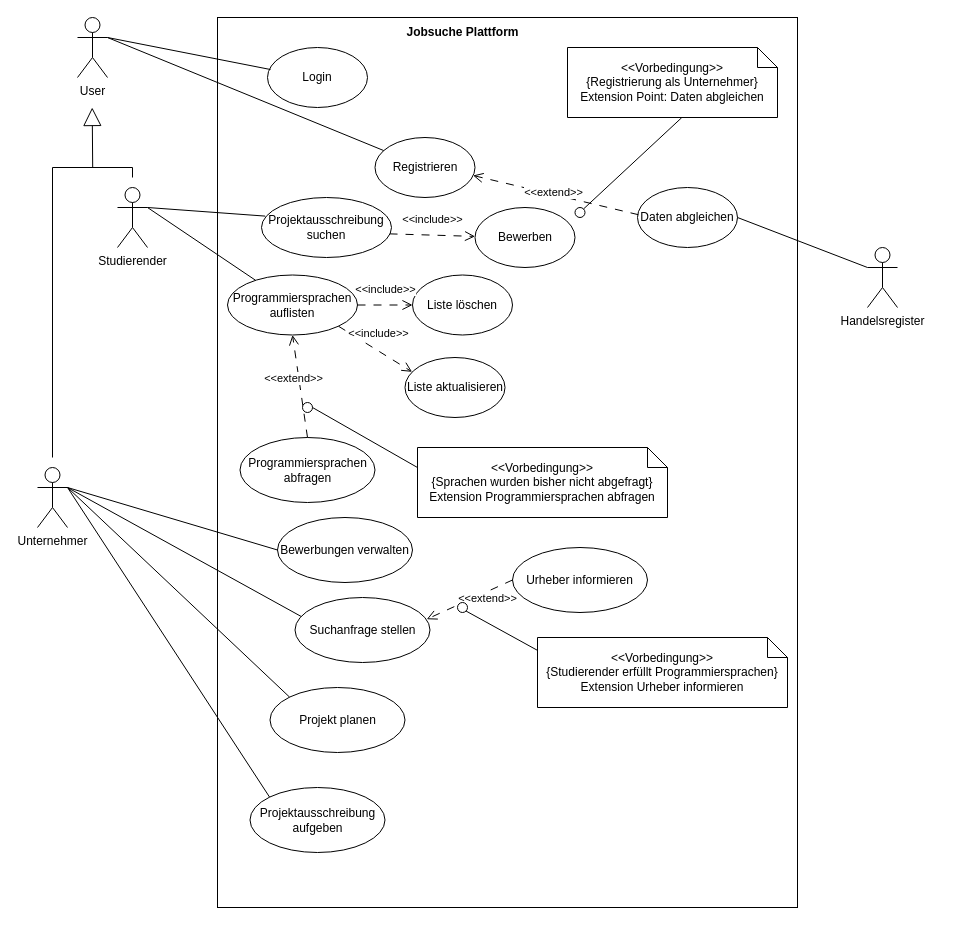
Earlier version of the draw.io diagram Uebung5/Use-Case_Martin.drawio (Software-Engineering-Team-HBRS/uebungsaufgaben). Source tidied: cells renumbered, new cells numbered last; positions are measured from the earlier drawing's top-left corner, leaving out a move shared by most shapes. Both pictures are drawn from the tidied source at 100%, with x=0, y=0 at pixel (37, 17).
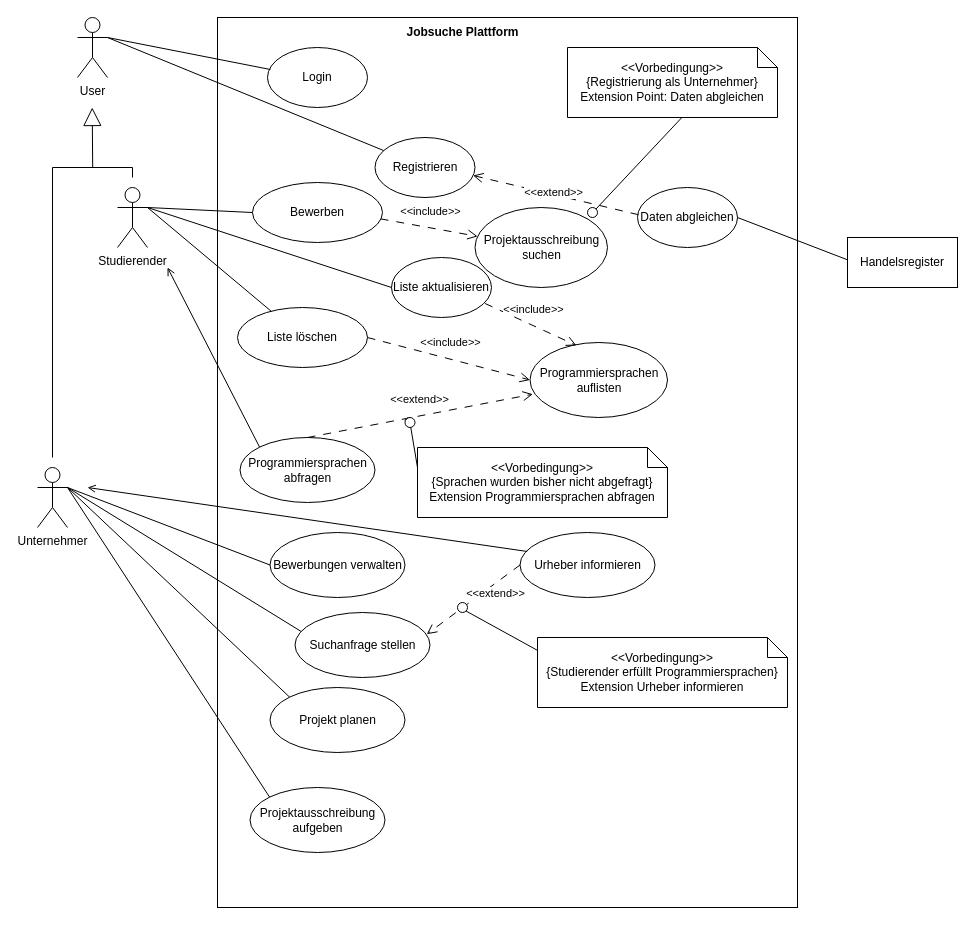
The same diagram, later.

Unchanged cells that the change refers to:
```xml
<mxCell id="4" value="Studierender" style="shape=umlActor;verticalLabelPosition=bottom;verticalAlign=top;html=1;outlineConnect=0;" parent="1" vertex="1">
  <mxGeometry x="80" y="170" width="30" height="60" as="geometry" />
</mxCell>
<mxCell id="13" value="Daten abgleichen" style="ellipse;whiteSpace=wrap;html=1;" parent="1" vertex="1">
  <mxGeometry x="600" y="170" width="100" height="60" as="geometry" />
</mxCell>
<mxCell id="21" value="Programmiersprachen abfragen" style="ellipse;whiteSpace=wrap;html=1;" parent="1" vertex="1">
  <mxGeometry x="202.5" y="420" width="135" height="65" as="geometry" />
</mxCell>
<mxCell id="23" value="&amp;lt;&amp;lt;Vorbedingung&amp;gt;&amp;gt;&lt;div&gt;{Sprachen wurden bisher nicht abgefragt}&lt;/div&gt;&lt;div&gt;Extension&amp;nbsp;&lt;span style=&quot;background-color: transparent; color: light-dark(rgb(0, 0, 0), rgb(255, 255, 255));&quot;&gt;Programmiersprachen abfragen&lt;/span&gt;&lt;/div&gt;" style="shape=note;size=20;whiteSpace=wrap;html=1;" parent="1" vertex="1">
  <mxGeometry x="380" y="430" width="250" height="70" as="geometry" />
</mxCell>
```

The edit, as a diff of the source:
```diff
@@
     <mxCell id="16" style="ellipse;whiteSpace=wrap;html=1;" parent="1" vertex="1">
-      <mxGeometry x="537.5" y="190" width="10" height="10" as="geometry" />
+      <mxGeometry x="550" y="190" width="10" height="10" as="geometry" />
     </mxCell>
-    <mxCell id="17" value="Handelsregister" style="shape=umlActor;verticalLabelPosition=bottom;verticalAlign=top;html=1;outlineConnect=0;" parent="1" vertex="1">
-      <mxGeometry x="830" y="230" width="30" height="60" as="geometry" />
-    </mxCell>
-    <mxCell id="18" style="endArrow=none;html=1;rounded=0;entryX=0;entryY=0.3333333333333333;entryDx=0;entryDy=0;entryPerimeter=0;exitX=1;exitY=0.5;exitDx=0;exitDy=0;" parent="1" edge="1" source="13" target="17">
-      <mxGeometry relative="1" as="geometry" />
+    <mxCell id="18" style="endArrow=none;html=1;rounded=0;entryX=0;entryY=0.3333333333333333;entryDx=0;entryDy=0;entryPerimeter=0;exitX=1;exitY=0.5;exitDx=0;exitDy=0;" parent="1" edge="1" source="13">
+      <mxGeometry relative="1" as="geometry">
+        <mxPoint x="830" y="250" as="targetPoint" />
+      </mxGeometry>
     </mxCell>
-    <mxCell id="19" value="Programmiersprachen auflisten" style="ellipse;whiteSpace=wrap;html=1;" parent="1" vertex="1">
-      <mxGeometry x="190" y="257.5" width="130" height="60" as="geometry" />
+    <mxCell id="19" value="Liste löschen" style="ellipse;whiteSpace=wrap;html=1;" parent="1" vertex="1">
+      <mxGeometry x="200" y="290" width="130" height="60" as="geometry" />
     </mxCell>
@@
-    <mxCell id="22" value="&amp;lt;&amp;lt;extend&amp;gt;&amp;gt;" style="html=1;verticalAlign=bottom;endArrow=open;dashed=1;endSize=8;curved=0;rounded=0;dashPattern=8 8;exitX=0.5;exitY=0;exitDx=0;exitDy=0;entryX=0.5;entryY=1;entryDx=0;entryDy=0;" parent="1" edge="1" source="21" target="19">
+    <mxCell id="22" value="&amp;lt;&amp;lt;extend&amp;gt;&amp;gt;" style="html=1;verticalAlign=bottom;endArrow=open;dashed=1;endSize=8;curved=0;rounded=0;dashPattern=8 8;exitX=0.5;exitY=0;exitDx=0;exitDy=0;entryX=0.021;entryY=0.689;entryDx=0;entryDy=0;entryPerimeter=0;" parent="1" edge="1" source="21" target="28">
       <mxGeometry y="7" relative="1" as="geometry" />
     </mxCell>
@@
-    <mxCell id="24" style="ellipse;whiteSpace=wrap;html=1;" parent="1" vertex="1">
-      <mxGeometry x="265" y="385" width="10" height="10" as="geometry" />
-    </mxCell>
-    <mxCell id="25" style="endArrow=none;html=1;rounded=0;entryX=0;entryY=0.286;entryDx=0;entryDy=0;entryPerimeter=0;exitX=1;exitY=0.5;exitDx=0;exitDy=0;" parent="1" edge="1" source="24" target="23">
+    <mxCell id="25" style="endArrow=none;html=1;rounded=0;entryX=0;entryY=0.286;entryDx=0;entryDy=0;entryPerimeter=0;" parent="1" edge="1" source="24" target="23">
       <mxGeometry relative="1" as="geometry" />
     </mxCell>
@@
     <mxCell id="27" value="Liste aktualisieren" style="ellipse;whiteSpace=wrap;html=1;" parent="1" vertex="1">
-      <mxGeometry x="367.5" y="340" width="100" height="60" as="geometry" />
+      <mxGeometry x="354" y="240" width="100" height="60" as="geometry" />
     </mxCell>
-    <mxCell id="28" value="Liste löschen" style="ellipse;whiteSpace=wrap;html=1;" parent="1" vertex="1">
-      <mxGeometry x="375" y="257.5" width="100" height="60" as="geometry" />
+    <mxCell id="28" value="Programmiersprachen auflisten" style="ellipse;whiteSpace=wrap;html=1;" parent="1" vertex="1">
+      <mxGeometry x="492.5" y="325" width="137.5" height="75" as="geometry" />
     </mxCell>
-    <mxCell id="29" value="&amp;lt;&amp;lt;include&amp;gt;&amp;gt;" style="html=1;verticalAlign=bottom;endArrow=open;dashed=1;endSize=8;curved=0;rounded=0;dashPattern=8 8;exitX=1;exitY=0.5;exitDx=0;exitDy=0;" parent="1" edge="1" source="19" target="28">
+    <mxCell id="29" value="&amp;lt;&amp;lt;include&amp;gt;&amp;gt;" style="html=1;verticalAlign=bottom;endArrow=open;dashed=1;endSize=8;curved=0;rounded=0;dashPattern=8 8;exitX=1;exitY=0.5;exitDx=0;exitDy=0;entryX=0;entryY=0.5;entryDx=0;entryDy=0;" parent="1" edge="1" source="19" target="28">
       <mxGeometry y="7" relative="1" as="geometry" />
     </mxCell>
-    <mxCell id="30" value="&amp;lt;&amp;lt;include&amp;gt;&amp;gt;" style="html=1;verticalAlign=bottom;endArrow=open;dashed=1;endSize=8;curved=0;rounded=0;dashPattern=8 8;exitX=1;exitY=1;exitDx=0;exitDy=0;entryX=0.071;entryY=0.239;entryDx=0;entryDy=0;entryPerimeter=0;" parent="1" edge="1" source="19" target="27">
+    <mxCell id="30" value="&amp;lt;&amp;lt;include&amp;gt;&amp;gt;" style="html=1;verticalAlign=bottom;endArrow=open;dashed=1;endSize=8;curved=0;rounded=0;dashPattern=8 8;exitX=0.937;exitY=0.767;exitDx=0;exitDy=0;entryX=0.338;entryY=0.04;entryDx=0;entryDy=0;entryPerimeter=0;exitPerimeter=0;" parent="1" edge="1" source="27" target="28">
       <mxGeometry y="7" relative="1" as="geometry" />
     </mxCell>
@@
     <mxCell id="33" value="Suchanfrage stellen" style="ellipse;whiteSpace=wrap;html=1;" parent="1" vertex="1">
-      <mxGeometry x="257.5" y="580" width="135" height="65" as="geometry" />
+      <mxGeometry x="257.5" y="595" width="135" height="65" as="geometry" />
     </mxCell>
@@
     <mxCell id="36" value="Urheber informieren" style="ellipse;whiteSpace=wrap;html=1;" parent="1" vertex="1">
-      <mxGeometry x="475" y="530" width="135" height="65" as="geometry" />
+      <mxGeometry x="482.5" y="515" width="135" height="65" as="geometry" />
     </mxCell>
@@
     <mxCell id="42" value="Bewerbungen verwalten" style="ellipse;whiteSpace=wrap;html=1;" parent="1" vertex="1">
-      <mxGeometry x="240" y="500" width="135" height="65" as="geometry" />
+      <mxGeometry x="232.5" y="515" width="135" height="65" as="geometry" />
     </mxCell>
@@
-    <mxCell id="44" value="Projektausschreibung suchen" style="ellipse;whiteSpace=wrap;html=1;" parent="1" vertex="1">
-      <mxGeometry x="224" y="180" width="130" height="60" as="geometry" />
+    <mxCell id="44" value="Bewerben" style="ellipse;whiteSpace=wrap;html=1;" parent="1" vertex="1">
+      <mxGeometry x="215" y="165" width="130" height="60" as="geometry" />
     </mxCell>
-    <mxCell id="45" style="endArrow=none;html=1;rounded=0;exitX=1;exitY=0.3333333333333333;exitDx=0;exitDy=0;exitPerimeter=0;entryX=0.028;entryY=0.31;entryDx=0;entryDy=0;entryPerimeter=0;" parent="1" edge="1" source="4" target="44">
+    <mxCell id="45" style="endArrow=none;html=1;rounded=0;exitX=1;exitY=0.3333333333333333;exitDx=0;exitDy=0;exitPerimeter=0;entryX=0;entryY=0.5;entryDx=0;entryDy=0;" parent="1" edge="1" source="4" target="44">
       <mxGeometry relative="1" as="geometry" />
     </mxCell>
@@
-    <mxCell id="47" value="Bewerben" style="ellipse;whiteSpace=wrap;html=1;" parent="1" vertex="1">
-      <mxGeometry x="437.5" y="190" width="100" height="60" as="geometry" />
+    <mxCell id="47" value="Projektausschreibung suchen" style="ellipse;whiteSpace=wrap;html=1;" parent="1" vertex="1">
+      <mxGeometry x="437.5" y="190" width="132.5" height="80" as="geometry" />
     </mxCell>
+    <mxCell id="48" style="endArrow=none;html=1;rounded=0;entryX=0;entryY=0.5;entryDx=0;entryDy=0;" parent="1" edge="1" target="27">
+      <mxGeometry relative="1" as="geometry">
+        <mxPoint x="110" y="190" as="sourcePoint" />
+      </mxGeometry>
+    </mxCell>
+    <mxCell id="49" style="endArrow=open;html=1;rounded=0;exitX=0;exitY=0;exitDx=0;exitDy=0;endFill=0;" parent="1" edge="1" source="21">
+      <mxGeometry relative="1" as="geometry">
+        <mxPoint x="130" y="250" as="targetPoint" />
+      </mxGeometry>
+    </mxCell>
+    <mxCell id="50" style="endArrow=open;html=1;rounded=0;exitX=0.053;exitY=0.292;exitDx=0;exitDy=0;exitPerimeter=0;endFill=0;" parent="1" edge="1" source="36">
+      <mxGeometry relative="1" as="geometry">
+        <mxPoint x="50" y="470" as="targetPoint" />
+      </mxGeometry>
+    </mxCell>
+    <mxCell id="17" value="Handelsregister" style="html=1;whiteSpace=wrap;" parent="1" vertex="1">
+      <mxGeometry x="810" y="220" width="110" height="50" as="geometry" />
+    </mxCell>
+    <mxCell id="51" style="endArrow=none;html=1;rounded=0;entryX=0;entryY=0.286;entryDx=0;entryDy=0;entryPerimeter=0;" parent="1" edge="1" target="24">
+      <mxGeometry relative="1" as="geometry">
+        <mxPoint x="370" y="400" as="sourcePoint" />
+      </mxGeometry>
+    </mxCell>
+    <mxCell id="24" style="ellipse;whiteSpace=wrap;html=1;" parent="1" vertex="1">
+      <mxGeometry x="367.5" y="400" width="10" height="10" as="geometry" />
+    </mxCell>
```
